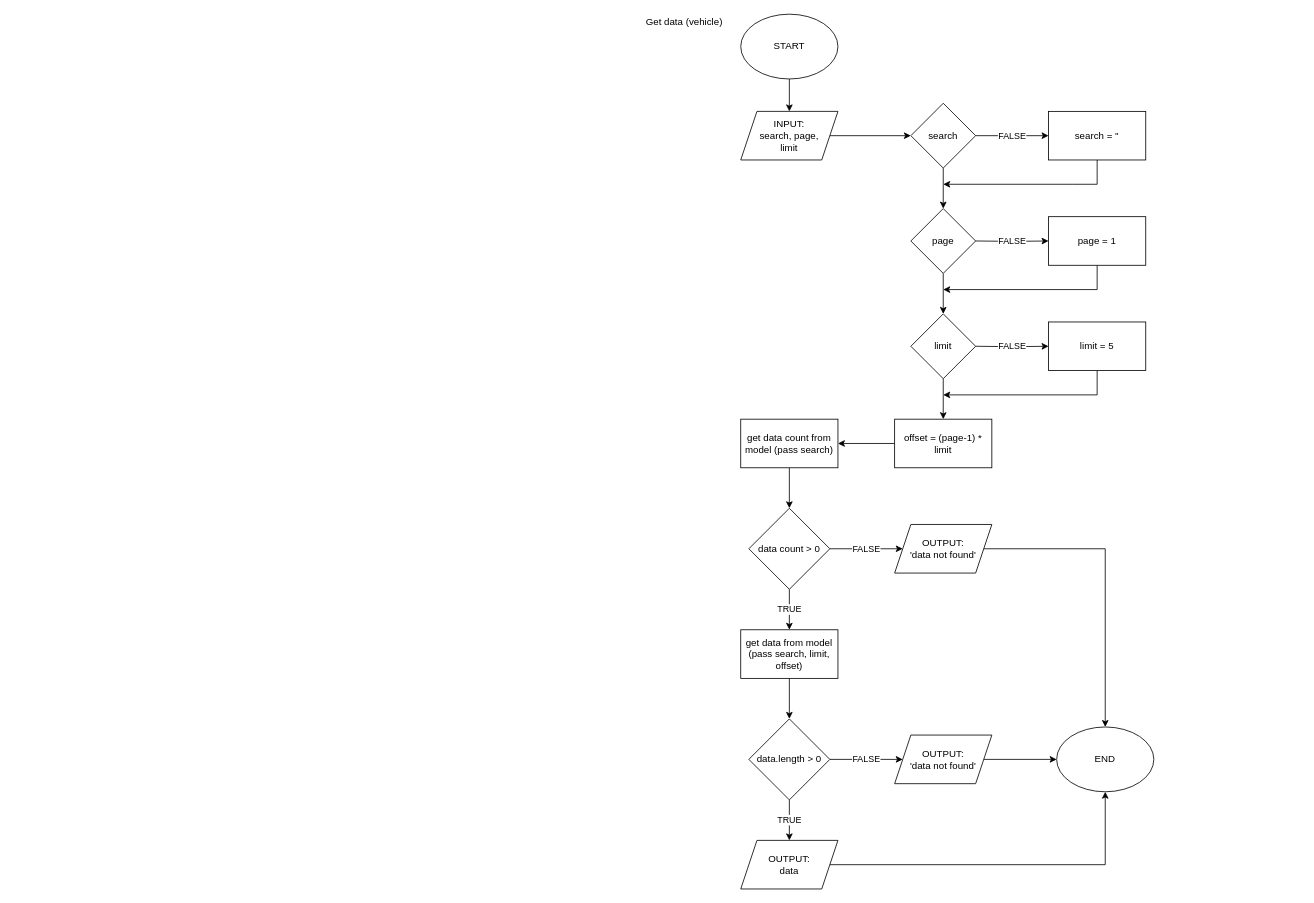
Earlier version of the draw.io diagram page "get list data (vehicle)" (1 of 6) of drawio/flowchart.drawio (7shiroi/fw5-backend-beginner). Source tidied: cells renumbered, new cells numbered last; positions are measured from the earlier drawing's top-left corner, leaving out a move shared by most shapes. Both pictures are drawn from the tidied source at 81%, with x=0, y=0 at pixel (639, 14).
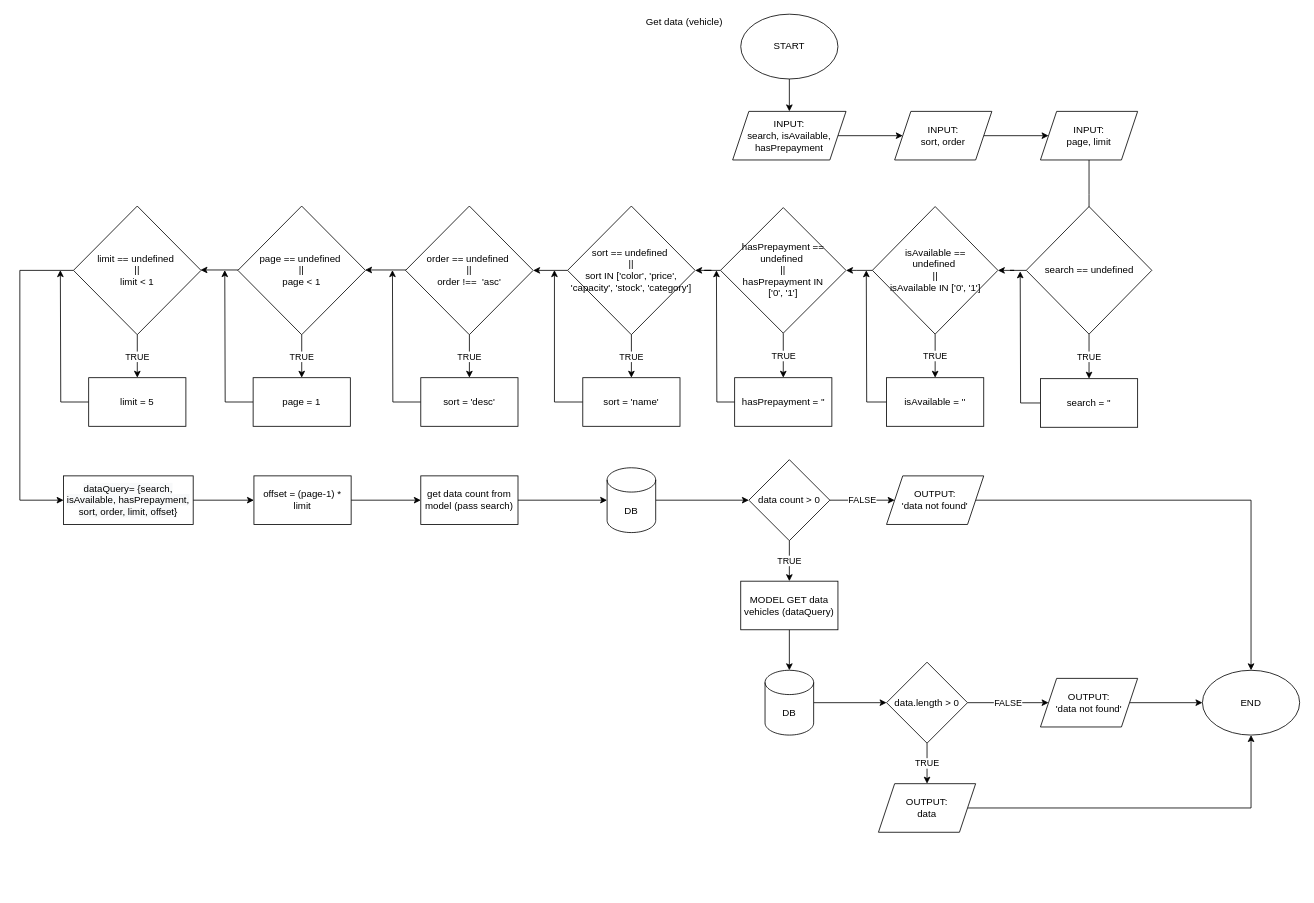
The same page after the edit.

What changed in the source:
```diff
@@
-    <mxCell id="5" style="edgeStyle=orthogonalEdgeStyle;rounded=0;jettySize=auto;html=1;" parent="1" edge="1" source="6" target="9">
-      <mxGeometry relative="1" as="geometry" />
-    </mxCell>
+    <mxCell id="41" style="edgeStyle=orthogonalEdgeStyle;rounded=0;jettySize=auto;html=1;" parent="1" edge="1" source="6" target="48">
+      <mxGeometry relative="1" as="geometry" />
+    </mxCell>
-    <mxCell id="6" value="INPUT:&lt;br&gt;search, page,&lt;br&gt;limit" style="shape=parallelogram;perimeter=parallelogramPerimeter;whiteSpace=wrap;html=1;fixedSize=1;" parent="1" vertex="1">
-      <mxGeometry x="125" y="120" width="120" height="60" as="geometry" />
+    <mxCell id="6" value="INPUT:&lt;br&gt;search, isAvailable,&lt;br&gt;hasPrepayment" style="shape=parallelogram;perimeter=parallelogramPerimeter;whiteSpace=wrap;html=1;fixedSize=1;" parent="1" vertex="1">
+      <mxGeometry x="115" y="120" width="140" height="60" as="geometry" />
     </mxCell>
-    <mxCell id="7" style="edgeStyle=orthogonalEdgeStyle;rounded=0;jettySize=auto;html=1;" parent="1" edge="1" source="9" target="11">
-      <mxGeometry relative="1" as="geometry" />
-    </mxCell>
-    <mxCell id="8" value="FALSE" style="edgeStyle=orthogonalEdgeStyle;rounded=0;jettySize=auto;html=1;" parent="1" edge="1" source="9" target="15">
+    <mxCell id="8" value="TRUE" style="edgeStyle=orthogonalEdgeStyle;rounded=0;jettySize=auto;html=1;" parent="1" edge="1" source="67" target="15">
       <mxGeometry relative="1" as="geometry" />
     </mxCell>
-    <mxCell id="9" value="search" style="rhombus;whiteSpace=wrap;html=1;" parent="1" vertex="1">
-      <mxGeometry x="335" y="110" width="80" height="80" as="geometry" />
-    </mxCell>
-    <mxCell id="10" style="edgeStyle=orthogonalEdgeStyle;rounded=0;jettySize=auto;html=1;" parent="1" edge="1" source="11" target="13">
-      <mxGeometry relative="1" as="geometry" />
-    </mxCell>
-    <mxCell id="11" value="page" style="rhombus;whiteSpace=wrap;html=1;" parent="1" vertex="1">
-      <mxGeometry x="335" y="240" width="80" height="80" as="geometry" />
-    </mxCell>
-    <mxCell id="12" style="edgeStyle=orthogonalEdgeStyle;rounded=0;jettySize=auto;html=1;" parent="1" edge="1" source="13" target="23">
-      <mxGeometry relative="1" as="geometry" />
-    </mxCell>
-    <mxCell id="13" value="limit" style="rhombus;whiteSpace=wrap;html=1;" parent="1" vertex="1">
-      <mxGeometry x="335" y="370" width="80" height="80" as="geometry" />
-    </mxCell>
-    <mxCell id="14" style="edgeStyle=orthogonalEdgeStyle;rounded=0;jettySize=auto;html=1;" parent="1" edge="1" source="15">
-      <mxGeometry relative="1" as="geometry">
-        <mxPoint x="375" y="210" as="targetPoint" />
-        <Array as="points">
-          <mxPoint x="565" y="210" />
-          <mxPoint x="535" y="210" />
-        </Array>
-      </mxGeometry>
-    </mxCell>
+    <mxCell id="42" style="edgeStyle=orthogonalEdgeStyle;rounded=0;jettySize=auto;html=1;" parent="1" edge="1" source="15">
+      <mxGeometry relative="1" as="geometry">
+        <mxPoint x="470" y="317.5" as="targetPoint" />
+      </mxGeometry>
+    </mxCell>
     <mxCell id="15" value="search = ''" style="rounded=0;whiteSpace=wrap;html=1;" parent="1" vertex="1">
-      <mxGeometry x="505" y="120" width="120" height="60" as="geometry" />
+      <mxGeometry x="495" y="450" width="120" height="60" as="geometry" />
     </mxCell>
-    <mxCell id="16" value="FALSE" style="edgeStyle=orthogonalEdgeStyle;rounded=0;jettySize=auto;html=1;" parent="1" edge="1" target="18">
-      <mxGeometry relative="1" as="geometry">
-        <mxPoint x="415" y="280" as="sourcePoint" />
-      </mxGeometry>
-    </mxCell>
-    <mxCell id="17" style="edgeStyle=orthogonalEdgeStyle;rounded=0;jettySize=auto;html=1;" parent="1" edge="1" source="18">
-      <mxGeometry relative="1" as="geometry">
-        <mxPoint x="375" y="340" as="targetPoint" />
-        <Array as="points">
-          <mxPoint x="565" y="340" />
-          <mxPoint x="445" y="340" />
-        </Array>
-      </mxGeometry>
-    </mxCell>
-    <mxCell id="18" value="page = 1" style="rounded=0;whiteSpace=wrap;html=1;" parent="1" vertex="1">
-      <mxGeometry x="505" y="250" width="120" height="60" as="geometry" />
-    </mxCell>
-    <mxCell id="19" value="FALSE" style="edgeStyle=orthogonalEdgeStyle;rounded=0;jettySize=auto;html=1;" parent="1" edge="1" target="21">
-      <mxGeometry relative="1" as="geometry">
-        <mxPoint x="415" y="410" as="sourcePoint" />
-      </mxGeometry>
-    </mxCell>
-    <mxCell id="20" style="edgeStyle=orthogonalEdgeStyle;rounded=0;jettySize=auto;html=1;" parent="1" edge="1" source="21">
-      <mxGeometry relative="1" as="geometry">
-        <mxPoint x="375" y="470" as="targetPoint" />
-        <Array as="points">
-          <mxPoint x="565" y="470" />
-          <mxPoint x="375" y="470" />
-        </Array>
-      </mxGeometry>
-    </mxCell>
-    <mxCell id="21" value="limit = 5" style="rounded=0;whiteSpace=wrap;html=1;" parent="1" vertex="1">
-      <mxGeometry x="505" y="380" width="120" height="60" as="geometry" />
-    </mxCell>
-    <mxCell id="22" style="edgeStyle=orthogonalEdgeStyle;rounded=0;jettySize=auto;html=1;entryX=1;entryY=0.5;entryDx=0;entryDy=0;" parent="1" edge="1" source="23" target="25">
+    <mxCell id="22" style="edgeStyle=orthogonalEdgeStyle;rounded=0;jettySize=auto;html=1;" parent="1" edge="1" source="23" target="25">
       <mxGeometry relative="1" as="geometry" />
     </mxCell>
     <mxCell id="23" value="offset = (page-1) * limit" style="rounded=0;whiteSpace=wrap;html=1;" parent="1" vertex="1">
-      <mxGeometry x="315" y="500" width="120" height="60" as="geometry" />
+      <mxGeometry x="-476" y="570" width="120" height="60" as="geometry" />
     </mxCell>
-    <mxCell id="24" style="edgeStyle=orthogonalEdgeStyle;rounded=0;jettySize=auto;html=1;" parent="1" edge="1" source="25" target="28">
-      <mxGeometry relative="1" as="geometry" />
-    </mxCell>
+    <mxCell id="43" style="edgeStyle=orthogonalEdgeStyle;rounded=0;jettySize=auto;html=1;" parent="1" edge="1" source="25" target="82">
+      <mxGeometry relative="1" as="geometry" />
+    </mxCell>
     <mxCell id="25" value="get data count from model (pass search)" style="rounded=0;whiteSpace=wrap;html=1;" parent="1" vertex="1">
-      <mxGeometry x="125" y="500" width="120" height="60" as="geometry" />
+      <mxGeometry x="-270" y="570" width="120" height="60" as="geometry" />
     </mxCell>
@@
     <mxCell id="28" value="data count &amp;gt; 0" style="rhombus;whiteSpace=wrap;html=1;" parent="1" vertex="1">
-      <mxGeometry x="135" y="610" width="100" height="100" as="geometry" />
+      <mxGeometry x="135" y="550" width="100" height="100" as="geometry" />
     </mxCell>
@@
     <mxCell id="30" value="OUTPUT:&lt;br&gt;'data not found'" style="shape=parallelogram;perimeter=parallelogramPerimeter;whiteSpace=wrap;html=1;fixedSize=1;" parent="1" vertex="1">
-      <mxGeometry x="315" y="630" width="120" height="60" as="geometry" />
+      <mxGeometry x="305" y="570" width="120" height="60" as="geometry" />
     </mxCell>
-    <mxCell id="31" style="edgeStyle=orthogonalEdgeStyle;rounded=0;jettySize=auto;html=1;" parent="1" edge="1" source="32" target="35">
-      <mxGeometry relative="1" as="geometry" />
-    </mxCell>
+    <mxCell id="44" style="edgeStyle=orthogonalEdgeStyle;rounded=0;jettySize=auto;html=1;" parent="1" edge="1" source="32" target="46">
+      <mxGeometry relative="1" as="geometry" />
+    </mxCell>
-    <mxCell id="32" value="get data from model&lt;br&gt;(pass search, limit, offset)" style="rounded=0;whiteSpace=wrap;html=1;" parent="1" vertex="1">
-      <mxGeometry x="125" y="760" width="120" height="60" as="geometry" />
+    <mxCell id="32" value="MODEL GET data vehicles (&lt;span style=&quot;font-family: &amp;#34;helvetica&amp;#34;&quot;&gt;dataQuery&lt;/span&gt;)" style="rounded=0;whiteSpace=wrap;html=1;" parent="1" vertex="1">
+      <mxGeometry x="125" y="700" width="120" height="60" as="geometry" />
     </mxCell>
@@
     <mxCell id="35" value="data.length &amp;gt; 0" style="rhombus;whiteSpace=wrap;html=1;" parent="1" vertex="1">
-      <mxGeometry x="135" y="870" width="100" height="100" as="geometry" />
+      <mxGeometry x="305" y="800" width="100" height="100" as="geometry" />
     </mxCell>
@@
     <mxCell id="37" value="OUTPUT:&lt;br&gt;data" style="shape=parallelogram;perimeter=parallelogramPerimeter;whiteSpace=wrap;html=1;fixedSize=1;" parent="1" vertex="1">
-      <mxGeometry x="125" y="1020" width="120" height="60" as="geometry" />
+      <mxGeometry x="295" y="950" width="120" height="60" as="geometry" />
     </mxCell>
@@
     <mxCell id="39" value="OUTPUT:&lt;br&gt;'data not found'" style="shape=parallelogram;perimeter=parallelogramPerimeter;whiteSpace=wrap;html=1;fixedSize=1;" parent="1" vertex="1">
-      <mxGeometry x="315" y="890" width="120" height="60" as="geometry" />
+      <mxGeometry x="495" y="820" width="120" height="60" as="geometry" />
     </mxCell>
     <mxCell id="40" value="END" style="ellipse;whiteSpace=wrap;html=1;" parent="1" vertex="1">
-      <mxGeometry x="515" y="880" width="120" height="80" as="geometry" />
+      <mxGeometry x="695" y="810" width="120" height="80" as="geometry" />
     </mxCell>
+    <mxCell id="45" style="edgeStyle=orthogonalEdgeStyle;rounded=0;jettySize=auto;html=1;" parent="1" edge="1" source="46" target="35">
+      <mxGeometry relative="1" as="geometry" />
+    </mxCell>
+    <mxCell id="46" value="DB" style="shape=cylinder3;whiteSpace=wrap;html=1;boundedLbl=1;backgroundOutline=1;size=15;" parent="1" vertex="1">
+      <mxGeometry x="155" y="810" width="60" height="80" as="geometry" />
+    </mxCell>
+    <mxCell id="47" style="edgeStyle=orthogonalEdgeStyle;rounded=0;jettySize=auto;html=1;" parent="1" edge="1" source="48" target="50">
+      <mxGeometry relative="1" as="geometry" />
+    </mxCell>
+    <mxCell id="48" value="INPUT:&lt;br&gt;sort, order" style="shape=parallelogram;perimeter=parallelogramPerimeter;whiteSpace=wrap;html=1;fixedSize=1;" parent="1" vertex="1">
+      <mxGeometry x="315" y="120" width="120" height="60" as="geometry" />
+    </mxCell>
+    <mxCell id="49" style="edgeStyle=orthogonalEdgeStyle;rounded=0;jettySize=auto;html=1;" parent="1" edge="1" source="50">
+      <mxGeometry relative="1" as="geometry">
+        <mxPoint x="555" y="265" as="targetPoint" />
+      </mxGeometry>
+    </mxCell>
+    <mxCell id="50" value="INPUT:&lt;br&gt;page, limit" style="shape=parallelogram;perimeter=parallelogramPerimeter;whiteSpace=wrap;html=1;fixedSize=1;" parent="1" vertex="1">
+      <mxGeometry x="495" y="120" width="120" height="60" as="geometry" />
+    </mxCell>
+    <mxCell id="51" style="edgeStyle=orthogonalEdgeStyle;rounded=0;jettySize=auto;html=1;entryX=1;entryY=0.5;entryDx=0;entryDy=0;" parent="1" edge="1" source="63" target="56">
+      <mxGeometry relative="1" as="geometry" />
+    </mxCell>
+    <mxCell id="52" style="edgeStyle=orthogonalEdgeStyle;rounded=0;jettySize=auto;html=1;" parent="1" edge="1" source="53">
+      <mxGeometry relative="1" as="geometry">
+        <mxPoint x="280" y="316.2" as="targetPoint" />
+      </mxGeometry>
+    </mxCell>
+    <mxCell id="53" value="isAvailable = ''" style="rounded=0;whiteSpace=wrap;html=1;" parent="1" vertex="1">
+      <mxGeometry x="305" y="448.8" width="120" height="60" as="geometry" />
+    </mxCell>
+    <mxCell id="54" value="TRUE" style="edgeStyle=orthogonalEdgeStyle;rounded=0;jettySize=auto;html=1;" parent="1" edge="1" source="56" target="58">
+      <mxGeometry relative="1" as="geometry" />
+    </mxCell>
+    <mxCell id="55" style="edgeStyle=orthogonalEdgeStyle;rounded=0;jettySize=auto;html=1;" parent="1" edge="1" source="56" target="65">
+      <mxGeometry relative="1" as="geometry" />
+    </mxCell>
+    <mxCell id="56" value="hasPrepayment == undefined&amp;nbsp;&lt;br&gt;||&lt;br&gt;hasPrepayment IN&lt;br&gt;['0', '1']" style="rhombus;whiteSpace=wrap;html=1;" parent="1" vertex="1">
+      <mxGeometry x="100" y="238.8" width="155" height="155" as="geometry" />
+    </mxCell>
+    <mxCell id="57" style="edgeStyle=orthogonalEdgeStyle;rounded=0;jettySize=auto;html=1;" parent="1" edge="1" source="58">
+      <mxGeometry relative="1" as="geometry">
+        <mxPoint x="95" y="316.2" as="targetPoint" />
+      </mxGeometry>
+    </mxCell>
+    <mxCell id="58" value="hasPrepayment = ''" style="rounded=0;whiteSpace=wrap;html=1;" parent="1" vertex="1">
+      <mxGeometry x="117.5" y="448.8" width="120" height="60" as="geometry" />
+    </mxCell>
+    <mxCell id="59" value="TRUE" style="edgeStyle=orthogonalEdgeStyle;rounded=0;jettySize=auto;html=1;" parent="1" edge="1" source="65" target="61">
+      <mxGeometry relative="1" as="geometry" />
+    </mxCell>
+    <mxCell id="60" style="edgeStyle=orthogonalEdgeStyle;rounded=0;jettySize=auto;html=1;" parent="1" edge="1" source="61">
+      <mxGeometry relative="1" as="geometry">
+        <mxPoint x="-105" y="316" as="targetPoint" />
+        <Array as="points">
+          <mxPoint x="-105" y="479" />
+          <mxPoint x="-105" y="316" />
+        </Array>
+      </mxGeometry>
+    </mxCell>
+    <mxCell id="61" value="sort = 'name'" style="rounded=0;whiteSpace=wrap;html=1;" parent="1" vertex="1">
+      <mxGeometry x="-70" y="448.8" width="120" height="60" as="geometry" />
+    </mxCell>
+    <mxCell id="62" value="TRUE" style="edgeStyle=orthogonalEdgeStyle;rounded=0;jettySize=auto;html=1;" parent="1" edge="1" source="63" target="53">
+      <mxGeometry relative="1" as="geometry" />
+    </mxCell>
+    <mxCell id="63" value="isAvailable == &lt;br&gt;undefined&amp;nbsp;&lt;br&gt;||&lt;br&gt;isAvailable&amp;nbsp;IN ['0', '1']" style="rhombus;whiteSpace=wrap;html=1;" parent="1" vertex="1">
+      <mxGeometry x="287.5" y="237.5" width="155" height="157.5" as="geometry" />
+    </mxCell>
+    <mxCell id="64" style="edgeStyle=orthogonalEdgeStyle;rounded=0;jettySize=auto;html=1;" parent="1" edge="1" source="65" target="72">
+      <mxGeometry relative="1" as="geometry" />
+    </mxCell>
+    <mxCell id="65" value="sort == undefined&amp;nbsp;&lt;br&gt;||&lt;br&gt;sort IN ['color', 'price', 'capacity', 'stock', 'category']" style="rhombus;whiteSpace=wrap;html=1;" parent="1" vertex="1">
+      <mxGeometry x="-88.8" y="236.9" width="157.5" height="158.8" as="geometry" />
+    </mxCell>
+    <mxCell id="66" style="edgeStyle=orthogonalEdgeStyle;rounded=0;jettySize=auto;html=1;" parent="1" edge="1" source="67" target="63">
+      <mxGeometry relative="1" as="geometry" />
+    </mxCell>
+    <mxCell id="67" value="search == undefined" style="rhombus;whiteSpace=wrap;html=1;" parent="1" vertex="1">
+      <mxGeometry x="477.5" y="237.5" width="155" height="157.5" as="geometry" />
+    </mxCell>
+    <mxCell id="68" value="TRUE" style="edgeStyle=orthogonalEdgeStyle;rounded=0;jettySize=auto;html=1;" parent="1" edge="1" source="72" target="70">
+      <mxGeometry relative="1" as="geometry" />
+    </mxCell>
+    <mxCell id="69" style="edgeStyle=orthogonalEdgeStyle;rounded=0;jettySize=auto;html=1;" parent="1" edge="1" source="70">
+      <mxGeometry relative="1" as="geometry">
+        <mxPoint x="-305" y="316" as="targetPoint" />
+      </mxGeometry>
+    </mxCell>
+    <mxCell id="70" value="sort = 'desc'" style="rounded=0;whiteSpace=wrap;html=1;" parent="1" vertex="1">
+      <mxGeometry x="-270" y="448.8" width="120" height="60" as="geometry" />
+    </mxCell>
+    <mxCell id="71" style="edgeStyle=orthogonalEdgeStyle;rounded=0;jettySize=auto;html=1;" parent="1" edge="1" target="76">
+      <mxGeometry relative="1" as="geometry">
+        <mxPoint x="-265" y="315.8" as="sourcePoint" />
+      </mxGeometry>
+    </mxCell>
+    <mxCell id="72" value="order == undefined&amp;nbsp;&lt;br&gt;||&lt;br&gt;order !==&amp;nbsp; 'asc'" style="rhombus;whiteSpace=wrap;html=1;" parent="1" vertex="1">
+      <mxGeometry x="-288.8" y="236.9" width="157.5" height="158.8" as="geometry" />
+    </mxCell>
+    <mxCell id="73" value="TRUE" style="edgeStyle=orthogonalEdgeStyle;rounded=0;jettySize=auto;html=1;" parent="1" edge="1" source="76" target="18">
+      <mxGeometry relative="1" as="geometry" />
+    </mxCell>
+    <mxCell id="74" style="edgeStyle=orthogonalEdgeStyle;rounded=0;jettySize=auto;html=1;" parent="1" edge="1" source="18">
+      <mxGeometry relative="1" as="geometry">
+        <mxPoint x="-512" y="316" as="targetPoint" />
+      </mxGeometry>
+    </mxCell>
+    <mxCell id="18" value="page = 1" style="rounded=0;whiteSpace=wrap;html=1;" parent="1" vertex="1">
+      <mxGeometry x="-477" y="448.8" width="120" height="60" as="geometry" />
+    </mxCell>
+    <mxCell id="75" style="edgeStyle=orthogonalEdgeStyle;rounded=0;orthogonalLoop=1;jettySize=auto;html=1;" parent="1" edge="1">
+      <mxGeometry relative="1" as="geometry">
+        <mxPoint x="-472" y="315.8" as="sourcePoint" />
+        <mxPoint x="-542" y="315.8" as="targetPoint" />
+      </mxGeometry>
+    </mxCell>
+    <mxCell id="76" value="page == undefined&amp;nbsp;&lt;br&gt;||&lt;br&gt;page &amp;lt; 1" style="rhombus;whiteSpace=wrap;html=1;" parent="1" vertex="1">
+      <mxGeometry x="-495.8" y="236.9" width="157.5" height="158.8" as="geometry" />
+    </mxCell>
+    <mxCell id="77" value="TRUE" style="edgeStyle=orthogonalEdgeStyle;rounded=0;jettySize=auto;html=1;" parent="1" edge="1" source="80" target="21">
+      <mxGeometry relative="1" as="geometry" />
+    </mxCell>
+    <mxCell id="78" style="edgeStyle=orthogonalEdgeStyle;rounded=0;jettySize=auto;html=1;" parent="1" edge="1" source="21">
+      <mxGeometry relative="1" as="geometry">
+        <mxPoint x="-715" y="316" as="targetPoint" />
+      </mxGeometry>
+    </mxCell>
+    <mxCell id="21" value="limit = 5" style="rounded=0;whiteSpace=wrap;html=1;" parent="1" vertex="1">
+      <mxGeometry x="-680" y="448.8" width="120" height="60" as="geometry" />
+    </mxCell>
+    <mxCell id="79" style="edgeStyle=orthogonalEdgeStyle;rounded=0;jettySize=auto;html=1;" parent="1" edge="1" source="80" target="84">
+      <mxGeometry relative="1" as="geometry">
+        <Array as="points">
+          <mxPoint x="-765" y="316" />
+          <mxPoint x="-765" y="600" />
+        </Array>
+      </mxGeometry>
+    </mxCell>
+    <mxCell id="80" value="limit == undefined&amp;nbsp;&lt;br&gt;||&lt;br&gt;limit &amp;lt; 1" style="rhombus;whiteSpace=wrap;html=1;" parent="1" vertex="1">
+      <mxGeometry x="-698.8" y="236.9" width="157.5" height="158.8" as="geometry" />
+    </mxCell>
+    <mxCell id="81" style="edgeStyle=orthogonalEdgeStyle;rounded=0;jettySize=auto;html=1;" parent="1" edge="1" source="82" target="28">
+      <mxGeometry relative="1" as="geometry" />
+    </mxCell>
+    <mxCell id="82" value="DB" style="shape=cylinder3;whiteSpace=wrap;html=1;boundedLbl=1;backgroundOutline=1;size=15;" parent="1" vertex="1">
+      <mxGeometry x="-40" y="560" width="60" height="80" as="geometry" />
+    </mxCell>
+    <mxCell id="83" style="edgeStyle=orthogonalEdgeStyle;rounded=0;jettySize=auto;html=1;" parent="1" edge="1" source="84" target="23">
+      <mxGeometry relative="1" as="geometry" />
+    </mxCell>
+    <mxCell id="84" value="&lt;span style=&quot;color: rgb(0 , 0 , 0) ; font-family: &amp;#34;helvetica&amp;#34; ; font-size: 12px ; font-style: normal ; font-weight: 400 ; letter-spacing: normal ; text-align: center ; text-indent: 0px ; text-transform: none ; word-spacing: 0px ; background-color: rgb(248 , 249 , 250) ; display: inline ; float: none&quot;&gt;dataQuery= {search, isAvailable, hasPrepayment, sort, order, limit, offset}&lt;/span&gt;" style="rounded=0;whiteSpace=wrap;html=1;" parent="1" vertex="1">
+      <mxGeometry x="-711" y="570" width="160" height="60" as="geometry" />
+    </mxCell>
```
